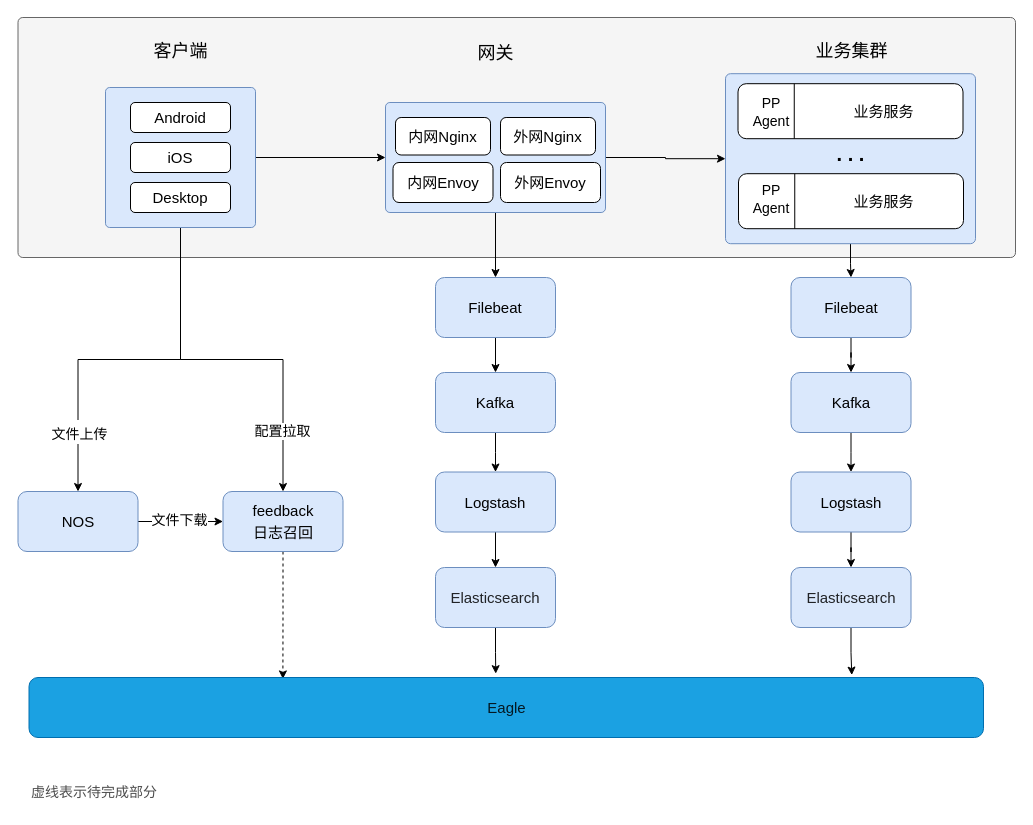
The draw.io diagram page "全链路日志" (3 of 10) of Untitled Diagram.drawio in maxuewen/draw.io, before the edit. Source tidied: cells renumbered, new cells numbered last; positions are measured from the earlier drawing's top-left corner, leaving out a move shared by most shapes. Both pictures are drawn from the tidied source at 100%, with x=0, y=0 at pixel (17, 17).
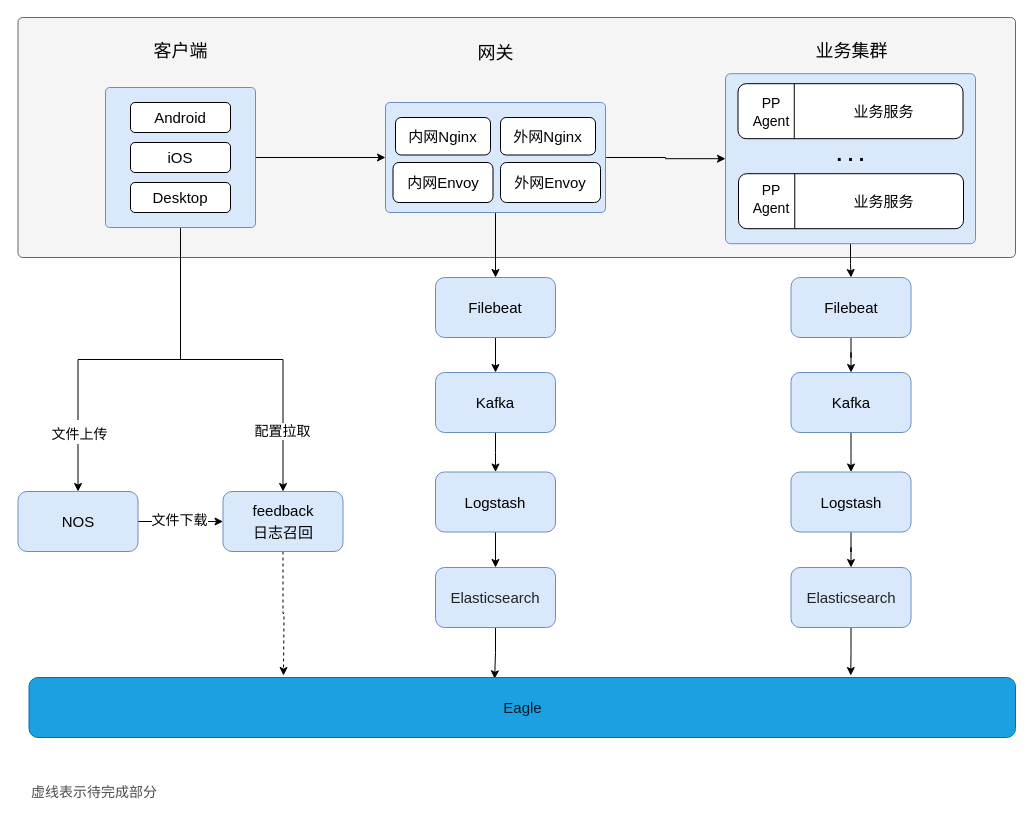
The same diagram, later.

The change refers to these unchanged cells:
```xml
<mxCell id="23" value="&lt;font style=&quot;font-size: 15px;&quot;&gt;feedback&lt;br&gt;日志召回&lt;br&gt;&lt;/font&gt;" style="rounded=1;whiteSpace=wrap;html=1;labelBackgroundColor=none;fontSize=18;fillColor=#dae8fc;strokeColor=#6c8ebf;" parent="1" vertex="1">
  <mxGeometry x="205.5" y="474" width="120" height="60" as="geometry" />
</mxCell>
<mxCell id="32" value="&lt;span style=&quot;color: rgba(0, 0, 0, 0.85); font-family: &amp;quot;苹方-简,sans-serif&amp;quot;; text-align: start;&quot;&gt;&lt;font style=&quot;font-size: 15px;&quot;&gt;Elasticsearch&lt;/font&gt;&lt;/span&gt;" style="rounded=1;whiteSpace=wrap;html=1;labelBackgroundColor=none;fontSize=18;verticalAlign=middle;fillColor=#dae8fc;strokeColor=#6c8ebf;" parent="1" vertex="1">
  <mxGeometry x="418" y="550" width="120" height="60" as="geometry" />
</mxCell>
<mxCell id="50" value="&lt;span style=&quot;color: rgba(0, 0, 0, 0.85); font-family: &amp;quot;苹方-简,sans-serif&amp;quot;; text-align: start;&quot;&gt;&lt;font style=&quot;font-size: 15px;&quot;&gt;Elasticsearch &lt;/font&gt;&lt;/span&gt;" style="rounded=1;whiteSpace=wrap;html=1;labelBackgroundColor=none;fontSize=18;fillColor=#dae8fc;strokeColor=#6c8ebf;" parent="1" vertex="1">
  <mxGeometry x="773.5" y="550" width="120" height="60" as="geometry" />
</mxCell>
```

Change to the diagram source:
```diff
@@
-    <mxCell id="22" style="edgeStyle=orthogonalEdgeStyle;rounded=0;jettySize=auto;html=1;entryX=0.266;entryY=0.024;entryDx=0;entryDy=0;entryPerimeter=0;fontSize=14;fontColor=#000000;dashed=1;" parent="1" edge="1" source="23" target="53">
-      <mxGeometry relative="1" as="geometry" />
+    <mxCell id="22" style="edgeStyle=orthogonalEdgeStyle;rounded=0;jettySize=auto;html=1;fontSize=14;fontColor=#000000;dashed=1;" parent="1" edge="1" source="23">
+      <mxGeometry relative="1" as="geometry">
+        <mxPoint x="266" y="658" as="targetPoint" />
+      </mxGeometry>
     </mxCell>
@@
-    <mxCell id="31" style="edgeStyle=orthogonalEdgeStyle;rounded=0;jettySize=auto;html=1;fontSize=14;fontColor=#000000;entryX=0.489;entryY=-0.064;entryDx=0;entryDy=0;entryPerimeter=0;" parent="1" edge="1" source="32" target="53">
+    <mxCell id="31" style="edgeStyle=orthogonalEdgeStyle;rounded=0;jettySize=auto;html=1;fontSize=14;fontColor=#000000;entryX=0.472;entryY=0.022;entryDx=0;entryDy=0;entryPerimeter=0;" parent="1" edge="1" source="32" target="53">
       <mxGeometry relative="1" as="geometry" />
     </mxCell>
@@
-    <mxCell id="49" style="edgeStyle=orthogonalEdgeStyle;rounded=0;jettySize=auto;html=1;entryX=0.862;entryY=-0.04;entryDx=0;entryDy=0;entryPerimeter=0;fontSize=14;fontColor=#000000;" parent="1" edge="1" source="50" target="53">
+    <mxCell id="49" style="edgeStyle=orthogonalEdgeStyle;rounded=0;jettySize=auto;html=1;entryX=0.833;entryY=-0.033;entryDx=0;entryDy=0;entryPerimeter=0;strokeWidth=1;" parent="1" edge="1" source="50" target="53">
       <mxGeometry relative="1" as="geometry" />
     </mxCell>
@@
     <mxCell id="53" value="&lt;span style=&quot;color: rgba(0, 0, 0, 0.85); font-family: &amp;quot;苹方-简,sans-serif&amp;quot;; text-align: start;&quot;&gt;&lt;font style=&quot;font-size: 15px;&quot;&gt;Eagle&lt;/font&gt;&lt;/span&gt;" style="rounded=1;whiteSpace=wrap;html=1;labelBackgroundColor=none;fontSize=18;verticalAlign=middle;fillColor=#1ba1e2;strokeColor=#006EAF;fontColor=#ffffff;" parent="1" vertex="1">
-      <mxGeometry x="11.5" y="660" width="954.5" height="60" as="geometry" />
+      <mxGeometry x="11.5" y="660" width="986.5" height="60" as="geometry" />
     </mxCell>
```
